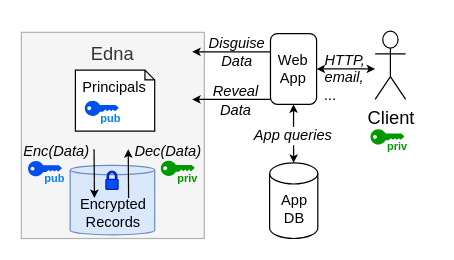
Above: page "EDNA" (2 of 13) of papers/osdi22/figs/edna.drawio in tslilyai/data_disguises_lobsters (draw.io), before the change. Source tidied: cells renumbered, new cells numbered last; positions are measured from the earlier drawing's top-left corner, leaving out a move shared by most shapes. Both pictures are drawn from the tidied source at 122%, with x=0, y=0 at pixel (21, 30).
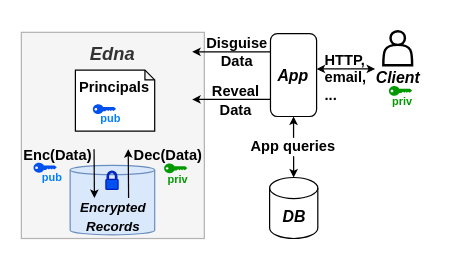
The same diagram, later.

Change to the diagram source:
```diff
@@
-    <mxCell id="2" value="&lt;div&gt;HTTP, &lt;br&gt;email, &lt;br&gt;...&lt;/div&gt;" style="text;html=1;strokeColor=none;fillColor=none;align=left;verticalAlign=middle;whiteSpace=wrap;rounded=0;fontSize=12;fontColor=#000000;labelBackgroundColor=#ffffff;fontStyle=2;" parent="1" vertex="1">
-      <mxGeometry x="247" y="30.5" width="90" height="15" as="geometry" />
+    <mxCell id="2" value="&lt;div&gt;HTTP, &lt;br&gt;email, &lt;br&gt;...&lt;/div&gt;" style="text;html=1;strokeColor=none;fillColor=none;align=left;verticalAlign=middle;whiteSpace=wrap;rounded=0;fontSize=12;fontColor=#000000;labelBackgroundColor=#ffffff;fontStyle=1;" parent="1" vertex="1">
+      <mxGeometry x="247" y="30.5" width="43" height="15" as="geometry" />
     </mxCell>
-    <mxCell id="3" value="&lt;div style=&quot;font-size: 12px&quot;&gt;Disguise &lt;br&gt;Data&lt;/div&gt;" style="text;html=1;strokeColor=none;fillColor=none;align=center;verticalAlign=middle;whiteSpace=wrap;rounded=0;fontSize=12;fontColor=#000000;labelBackgroundColor=#ffffff;fontStyle=2;" parent="1" vertex="1">
+    <mxCell id="3" value="&lt;div style=&quot;font-size: 12px&quot;&gt;Disguise &lt;br&gt;Data&lt;/div&gt;" style="text;html=1;strokeColor=none;fillColor=none;align=center;verticalAlign=middle;whiteSpace=wrap;rounded=0;fontSize=12;fontColor=#000000;labelBackgroundColor=#ffffff;fontStyle=1;" parent="1" vertex="1">
       <mxGeometry x="117" y="7" width="120" height="20" as="geometry" />
     </mxCell>
-    <mxCell id="4" value="App DB" style="shape=cylinder3;whiteSpace=wrap;html=1;boundedLbl=1;backgroundOutline=1;size=8.655172413793196;fillColor=none;fontSize=12;" parent="1" vertex="1">
-      <mxGeometry x="203.5" y="108" width="39.5" height="62" as="geometry" />
+    <mxCell id="4" value="DB" style="shape=cylinder3;whiteSpace=wrap;html=1;boundedLbl=1;backgroundOutline=1;size=8.655172413793196;fillColor=none;fontSize=13;fontStyle=3;" parent="1" vertex="1">
+      <mxGeometry x="203.5" y="120" width="39.5" height="50" as="geometry" />
     </mxCell>
-    <mxCell id="5" value="&lt;div style=&quot;font-size: 12px;&quot;&gt;Web App&lt;/div&gt;" style="rounded=1;whiteSpace=wrap;html=1;fillColor=none;fontSize=12;" parent="1" vertex="1">
-      <mxGeometry x="204.2" y="2" width="37.8" height="58" as="geometry" />
+    <mxCell id="5" value="App" style="rounded=1;whiteSpace=wrap;html=1;fillColor=none;fontSize=13;fontStyle=3;" parent="1" vertex="1">
+      <mxGeometry x="204.2" y="2" width="37.8" height="68" as="geometry" />
     </mxCell>
-    <mxCell id="6" value="&lt;div&gt;&lt;br&gt;Edna&lt;br&gt;&lt;/div&gt;" style="rounded=0;whiteSpace=wrap;html=1;fillColor=#f5f5f5;fontSize=15;fontColor=#333333;flipV=1;horizontal=1;verticalAlign=top;spacing=0;spacingTop=-14;strokeColor=#B3B3B3;" parent="1" vertex="1">
+    <mxCell id="6" value="&lt;div&gt;&lt;br&gt;Edna&lt;br&gt;&lt;/div&gt;" style="rounded=0;whiteSpace=wrap;html=1;fillColor=#f5f5f5;fontSize=15;fontColor=#333333;flipV=1;horizontal=1;verticalAlign=top;spacing=0;spacingTop=-14;strokeColor=#B3B3B3;fontStyle=3;" parent="1" vertex="1">
       <mxGeometry y="1" width="150" height="169" as="geometry" />
     </mxCell>
-    <mxCell id="7" style="endArrow=classic;html=1;strokeWidth=1;fontSize=15;fontColor=#000000;entryX=1.042;entryY=0.819;entryDx=0;entryDy=0;entryPerimeter=0;endSize=4;startSize=4;" parent="1" edge="1">
+    <mxCell id="7" style="endArrow=classic;html=1;strokeWidth=1;fontSize=15;fontColor=#000000;entryX=1.042;entryY=0.819;entryDx=0;entryDy=0;entryPerimeter=0;endSize=4;startSize=4;fontStyle=1;" parent="1" edge="1">
       <mxGeometry relative="1" as="geometry">
         <mxPoint x="204" y="17" as="sourcePoint" />
         <mxPoint x="140" y="17" as="targetPoint" />
       </mxGeometry>
     </mxCell>
-    <mxCell id="8" style="endArrow=classic;html=1;strokeWidth=1;fontSize=15;fontColor=#000000;startArrow=classic;startFill=1;endSize=4;startSize=4;exitX=0.5;exitY=1;exitDx=0;exitDy=0;" parent="1" edge="1" source="5" target="4">
+    <mxCell id="8" style="endArrow=classic;html=1;strokeWidth=1;fontSize=15;fontColor=#000000;startArrow=classic;startFill=1;endSize=4;startSize=4;exitX=0.5;exitY=1;exitDx=0;exitDy=0;fontStyle=1;" parent="1" edge="1" source="5" target="4">
       <mxGeometry relative="1" as="geometry" />
     </mxCell>
-    <mxCell id="9" value="App queries" style="text;html=1;strokeColor=none;fillColor=none;align=center;verticalAlign=middle;whiteSpace=wrap;rounded=0;fontSize=12;fontColor=#000000;labelBackgroundColor=#ffffff;fontStyle=2;" parent="1" vertex="1">
-      <mxGeometry x="178.2" y="78" width="90" height="15" as="geometry" />
+    <mxCell id="9" value="App queries" style="text;html=1;strokeColor=none;fillColor=none;align=center;verticalAlign=middle;whiteSpace=wrap;rounded=0;fontSize=12;fontColor=#000000;labelBackgroundColor=#ffffff;fontStyle=1;" parent="1" vertex="1">
+      <mxGeometry x="178.2" y="87" width="90" height="15" as="geometry" />
     </mxCell>
-    <mxCell id="10" value="&lt;div&gt;Principals&lt;/div&gt;" style="shape=note;whiteSpace=wrap;html=1;backgroundOutline=1;darkOpacity=0.05;size=8;labelBackgroundColor=none;horizontal=1;verticalAlign=top;" parent="1" vertex="1">
+    <mxCell id="10" value="&lt;div&gt;Principals&lt;/div&gt;" style="shape=note;whiteSpace=wrap;html=1;backgroundOutline=1;darkOpacity=0.05;size=8;labelBackgroundColor=none;horizontal=1;verticalAlign=top;fontStyle=1;" parent="1" vertex="1">
       <mxGeometry x="44.3" y="32" width="65" height="50" as="geometry" />
     </mxCell>
-    <mxCell id="11" value="&lt;div style=&quot;font-size: 12px&quot;&gt;Reveal&lt;br&gt;Data&lt;/div&gt;" style="text;html=1;strokeColor=none;fillColor=none;align=center;verticalAlign=middle;whiteSpace=wrap;rounded=0;fontSize=12;fontColor=#000000;labelBackgroundColor=#ffffff;fontStyle=2;" parent="1" vertex="1">
+    <mxCell id="11" value="&lt;div style=&quot;font-size: 12px&quot;&gt;Reveal&lt;br&gt;Data&lt;/div&gt;" style="text;html=1;strokeColor=none;fillColor=none;align=center;verticalAlign=middle;whiteSpace=wrap;rounded=0;fontSize=12;fontColor=#000000;labelBackgroundColor=#ffffff;fontStyle=1;" parent="1" vertex="1">
       <mxGeometry x="116" y="47" width="120" height="20" as="geometry" />
     </mxCell>
-    <mxCell id="12" style="endArrow=classic;html=1;strokeWidth=1;fontSize=15;fontColor=#000000;entryX=1.042;entryY=0.819;entryDx=0;entryDy=0;entryPerimeter=0;endSize=4;startSize=4;" parent="1" edge="1">
+    <mxCell id="12" style="endArrow=classic;html=1;strokeWidth=1;fontSize=15;fontColor=#000000;entryX=1.042;entryY=0.819;entryDx=0;entryDy=0;entryPerimeter=0;endSize=4;startSize=4;fontStyle=1;" parent="1" edge="1">
       <mxGeometry relative="1" as="geometry">
         <mxPoint x="204" y="56" as="sourcePoint" />
         <mxPoint x="140" y="56" as="targetPoint" />
       </mxGeometry>
     </mxCell>
-    <mxCell id="13" value="Encrypted &lt;br&gt;Records" style="shape=cylinder3;html=1;boundedLbl=1;backgroundOutline=1;size=3.8275862068964557;labelPosition=center;verticalLabelPosition=middle;align=center;verticalAlign=bottom;fillColor=#dae8fc;strokeColor=#6c8ebf;" parent="1" vertex="1">
+    <mxCell id="13" value="&lt;font style=&quot;font-size: 11px&quot;&gt;Encrypted &lt;br&gt;Records&lt;/font&gt;" style="shape=cylinder3;html=1;boundedLbl=1;backgroundOutline=1;size=3.8275862068964557;labelPosition=center;verticalLabelPosition=middle;align=center;verticalAlign=bottom;fillColor=#dae8fc;strokeColor=#6c8ebf;spacingBottom=-3;fontStyle=3;" parent="1" vertex="1">
       <mxGeometry x="40" y="110" width="69.3" height="57" as="geometry" />
     </mxCell>
-    <mxCell id="14" style="shadow=0;dashed=0;html=1;fillColor=#0050ef;labelPosition=center;verticalLabelPosition=bottom;verticalAlign=top;align=center;shape=mxgraph.office.security.lock_protected;fontColor=#ffffff;strokeColor=#001DBC;" parent="1" vertex="1">
+    <mxCell id="14" style="shadow=0;dashed=0;html=1;fillColor=#0050ef;labelPosition=center;verticalLabelPosition=bottom;verticalAlign=top;align=center;shape=mxgraph.office.security.lock_protected;fontColor=#ffffff;strokeColor=#001DBC;fontStyle=1;" parent="1" vertex="1">
       <mxGeometry x="69.3" y="114.8" width="10" height="15" as="geometry" />
     </mxCell>
-    <mxCell id="15" value="&lt;div&gt;Client&lt;/div&gt;&lt;div&gt;&lt;br&gt;&lt;/div&gt;" style="shape=umlActor;verticalLabelPosition=bottom;verticalAlign=top;html=1;fontSize=15;" parent="1" vertex="1">
-      <mxGeometry x="290" width="25" height="56" as="geometry" />
-    </mxCell>
-    <mxCell id="16" style="endArrow=classic;html=1;strokeWidth=1;fontSize=15;fontColor=#000000;startArrow=classic;startFill=1;endSize=4;startSize=4;exitX=1;exitY=0.5;exitDx=0;exitDy=0;" parent="1" edge="1">
+    <mxCell id="16" style="endArrow=classic;html=1;strokeWidth=1;fontSize=15;fontColor=#000000;startArrow=classic;startFill=1;endSize=4;startSize=4;exitX=1;exitY=0.5;exitDx=0;exitDy=0;fontStyle=1;" parent="1" edge="1">
       <mxGeometry relative="1" as="geometry">
         <mxPoint x="242" y="31" as="sourcePoint" />
         <mxPoint x="290" y="31" as="targetPoint" />
       </mxGeometry>
     </mxCell>
-    <mxCell id="17" value="priv" style="verticalLabelPosition=bottom;sketch=0;html=1;verticalAlign=top;align=center;shape=mxgraph.cisco19.key;fillColor=#009900;strokeColor=default;fontSize=9;fontColor=#009900;spacingLeft=15;spacingTop=-10;fontStyle=1;" parent="1" vertex="1">
-      <mxGeometry x="286.2" y="80.5" width="27.8" height="12.5" as="geometry" />
-    </mxCell>
-    <mxCell id="18" value="priv" style="verticalLabelPosition=bottom;sketch=0;html=1;verticalAlign=top;align=center;shape=mxgraph.cisco19.key;fillColor=#009900;strokeColor=default;fontSize=9;fontColor=#009900;spacingLeft=15;spacingTop=-10;fontStyle=1;" parent="1" vertex="1">
-      <mxGeometry x="114.3" y="106.2" width="27.8" height="12.5" as="geometry" />
-    </mxCell>
-    <mxCell id="19" value="&lt;div&gt;pub&lt;/div&gt;" style="verticalLabelPosition=bottom;sketch=0;html=1;verticalAlign=top;align=center;shape=mxgraph.cisco19.key;fillColor=#0050ef;strokeColor=#001DBC;fontSize=9;fontColor=#007FFF;spacingLeft=15;spacingTop=-10;fontStyle=1;" parent="1" vertex="1">
-      <mxGeometry x="5.5" y="106.5" width="27.8" height="12.5" as="geometry" />
-    </mxCell>
-    <mxCell id="20" value="&lt;div&gt;pub&lt;/div&gt;" style="verticalLabelPosition=bottom;sketch=0;html=1;verticalAlign=top;align=center;shape=mxgraph.cisco19.key;fillColor=#0050ef;strokeColor=#001DBC;fontSize=9;fontColor=#007FFF;spacingLeft=15;spacingTop=-10;fontStyle=1;" parent="1" vertex="1">
-      <mxGeometry x="52" y="57" width="27.8" height="12.5" as="geometry" />
-    </mxCell>
-    <mxCell id="21" value="&lt;div style=&quot;font-size: 12px&quot;&gt;Dec(Data)&lt;/div&gt;" style="text;html=1;strokeColor=none;fillColor=none;align=center;verticalAlign=middle;whiteSpace=wrap;rounded=0;fontSize=12;fontColor=#000000;labelBackgroundColor=none;fontStyle=2;" parent="1" vertex="1">
-      <mxGeometry x="97.6" y="88.5" width="44.5" height="20" as="geometry" />
+    <mxCell id="21" value="&lt;div style=&quot;font-size: 12px&quot;&gt;Dec(Data)&lt;/div&gt;" style="text;html=1;strokeColor=none;fillColor=none;align=center;verticalAlign=middle;whiteSpace=wrap;rounded=0;fontSize=12;fontColor=#000000;labelBackgroundColor=none;fontStyle=1;" parent="1" vertex="1">
+      <mxGeometry x="97.6" y="91.5" width="44.5" height="20" as="geometry" />
     </mxCell>
-    <mxCell id="22" value="&lt;div style=&quot;font-size: 12px&quot;&gt;Enc(Data)&lt;/div&gt;" style="text;html=1;strokeColor=none;fillColor=none;align=center;verticalAlign=middle;whiteSpace=wrap;rounded=0;fontSize=12;fontColor=#000000;labelBackgroundColor=none;fontStyle=2;" parent="1" vertex="1">
-      <mxGeometry x="0.4" y="88.5" width="58.2" height="20" as="geometry" />
+    <mxCell id="22" value="&lt;div style=&quot;font-size: 12px&quot;&gt;Enc(Data)&lt;/div&gt;" style="text;html=1;strokeColor=none;fillColor=none;align=center;verticalAlign=middle;whiteSpace=wrap;rounded=0;fontSize=12;fontColor=#000000;labelBackgroundColor=none;fontStyle=1;" parent="1" vertex="1">
+      <mxGeometry x="1.4" y="91.5" width="58.2" height="20" as="geometry" />
     </mxCell>
-    <mxCell id="23" style="endArrow=classic;html=1;strokeWidth=1;fontSize=15;fontColor=#000000;startArrow=none;startFill=0;endSize=4;startSize=4;" parent="1" edge="1">
+    <mxCell id="23" style="endArrow=classic;html=1;strokeWidth=1;fontSize=15;fontColor=#000000;startArrow=none;startFill=0;endSize=4;startSize=4;fontStyle=1;" parent="1" edge="1">
       <mxGeometry relative="1" as="geometry">
         <mxPoint x="59.6" y="96.8" as="sourcePoint" />
         <mxPoint x="59.9" y="136.8" as="targetPoint" />
       </mxGeometry>
     </mxCell>
-    <mxCell id="24" style="endArrow=classic;html=1;strokeWidth=1;fontSize=15;fontColor=#000000;startArrow=none;startFill=0;endSize=4;startSize=4;" parent="1" edge="1">
+    <mxCell id="24" style="endArrow=classic;html=1;strokeWidth=1;fontSize=15;fontColor=#000000;startArrow=none;startFill=0;endSize=4;startSize=4;fontStyle=1;" parent="1" edge="1">
       <mxGeometry relative="1" as="geometry">
         <mxPoint x="87.9" y="136.8" as="sourcePoint" />
         <mxPoint x="87.6" y="96.8" as="targetPoint" />
       </mxGeometry>
     </mxCell>
+    <mxCell id="25" value="&lt;div&gt;pub&lt;br&gt;&lt;/div&gt;" style="verticalLabelPosition=bottom;sketch=0;html=1;verticalAlign=top;align=center;shape=mxgraph.cisco19.key;fillColor=#0050ef;strokeColor=#001DBC;fontSize=9;fontColor=#007FFF;spacingLeft=10;spacingTop=-8;fontStyle=1;" parent="1" vertex="1">
+      <mxGeometry x="10" y="108" width="19" height="8" as="geometry" />
+    </mxCell>
+    <mxCell id="26" value="&lt;div&gt;pub&lt;br&gt;&lt;/div&gt;" style="verticalLabelPosition=bottom;sketch=0;html=1;verticalAlign=top;align=center;shape=mxgraph.cisco19.key;fillColor=#0050ef;strokeColor=#001DBC;fontSize=9;fontColor=#007FFF;spacingLeft=10;spacingTop=-8;fontStyle=1;" parent="1" vertex="1">
+      <mxGeometry x="58.6" y="60" width="19" height="8" as="geometry" />
+    </mxCell>
+    <mxCell id="27" value="priv" style="verticalLabelPosition=bottom;sketch=0;html=1;verticalAlign=top;align=center;shape=mxgraph.cisco19.key;fillColor=#009900;strokeColor=#00CC00;fontSize=9;fontColor=#009900;spacingLeft=3;spacingTop=-7;fontStyle=1;" parent="1" vertex="1">
+      <mxGeometry x="117" y="108.5" width="19" height="8" as="geometry" />
+    </mxCell>
+    <mxCell id="28" value="priv" style="verticalLabelPosition=bottom;sketch=0;html=1;verticalAlign=top;align=center;shape=mxgraph.cisco19.key;fillColor=#009900;strokeColor=#00CC00;fontSize=9;fontColor=#009900;spacingLeft=3;spacingTop=-7;fontStyle=1;" parent="1" vertex="1">
+      <mxGeometry x="301.3" y="45" width="19" height="8" as="geometry" />
+    </mxCell>
+    <mxCell id="15" value="&lt;div&gt;Client&lt;/div&gt;" style="shape=actor;whiteSpace=wrap;html=1;labelBackgroundColor=none;fontSize=13;fontColor=#000000;strokeColor=default;strokeWidth=2;fillColor=none;gradientColor=#ffffff;labelPosition=center;verticalLabelPosition=bottom;align=center;verticalAlign=top;fontStyle=3;spacing=-2;" parent="1" vertex="1">
+      <mxGeometry x="296.7" y="0.1" width="23.6" height="27.9" as="geometry" />
+    </mxCell>
```
